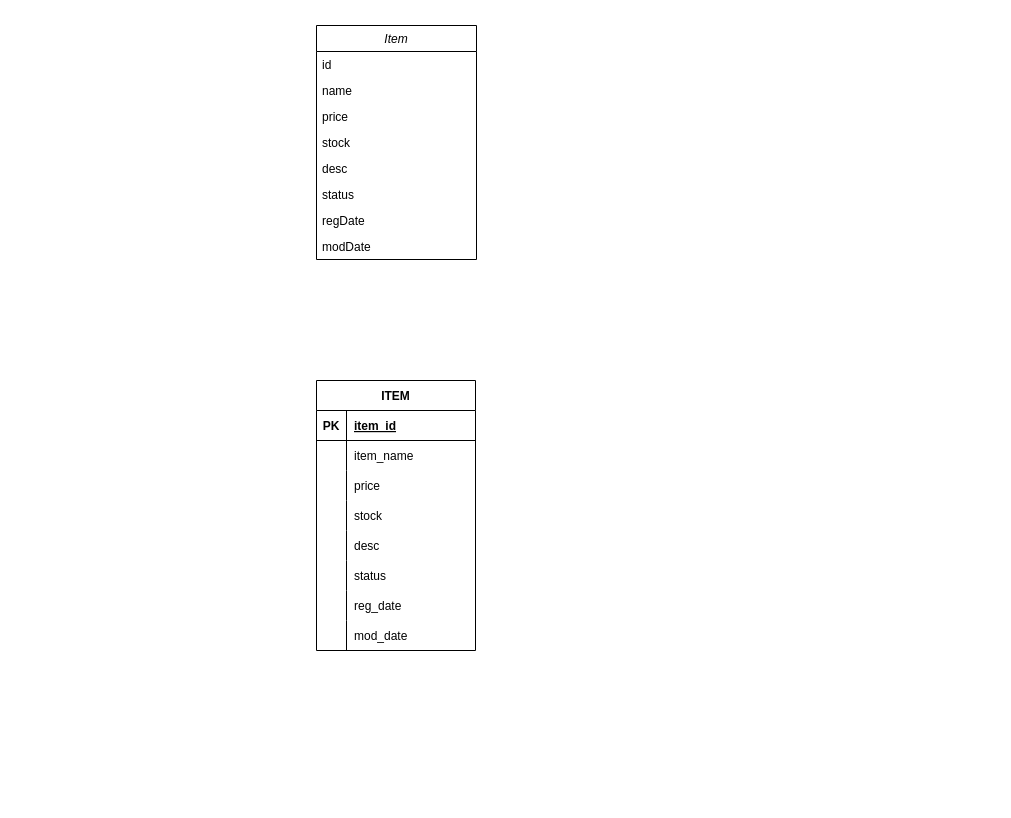
Earlier version of the draw.io diagram JPA_다이어그램.drawio (angelos81/jpa). Source tidied: cells renumbered, new cells numbered last; positions are measured from the earlier drawing's top-left corner, leaving out a move shared by most shapes. Both pictures are drawn from the tidied source at 100%, with x=0, y=0 at pixel (316, 25).
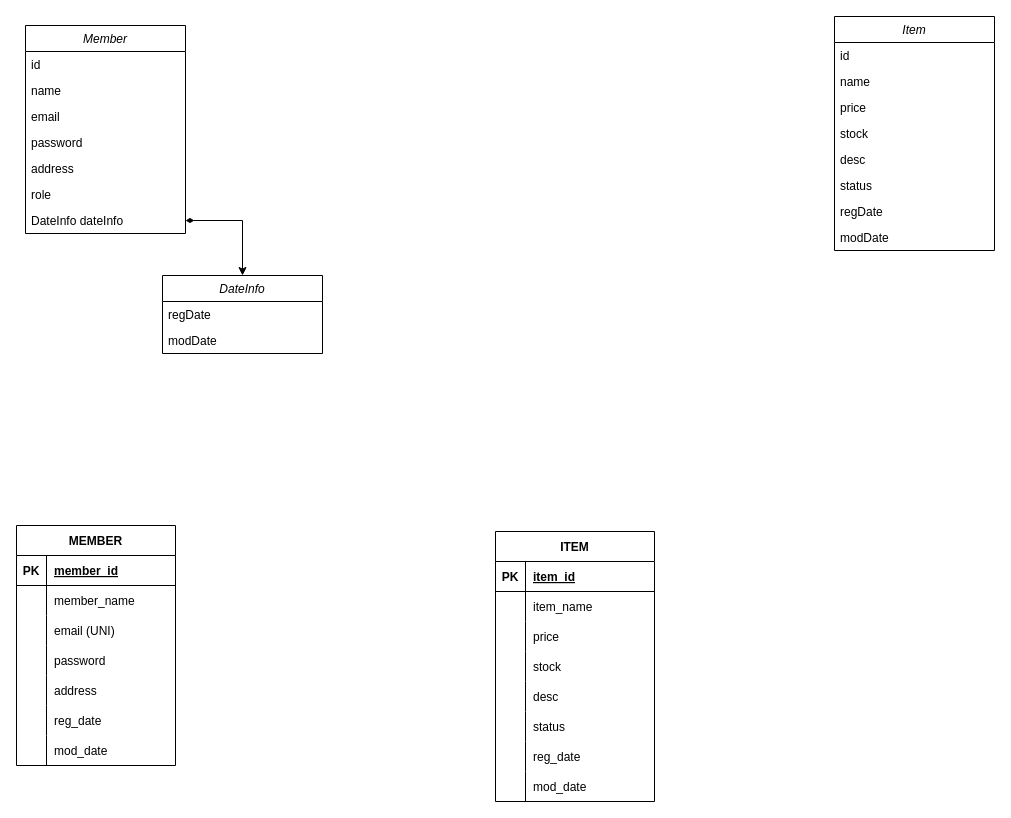
Above is the later version.

Change to the diagram source:
```diff
@@
     <mxCell id="2" value="Item" style="swimlane;fontStyle=2;align=center;verticalAlign=top;horizontal=1;startSize=26;rounded=0;shadow=0;strokeWidth=1;" parent="1" vertex="1">
-      <mxGeometry width="160" height="234" as="geometry" />
+      <mxGeometry x="518" y="-9" width="160" height="234" as="geometry" />
     </mxCell>
@@
     <mxCell id="11" value="ITEM" style="shape=table;startSize=30;childLayout=tableLayout;rowLines=0;fontStyle=1;align=center;" parent="1" vertex="1">
-      <mxGeometry y="355" width="159" height="270" as="geometry" />
+      <mxGeometry x="179" y="506" width="159" height="270" as="geometry" />
     </mxCell>
@@
+    <mxCell id="36" value="MEMBER" style="shape=table;startSize=30;childLayout=tableLayout;rowLines=0;fontStyle=1;align=center;" parent="1" vertex="1">
+      <mxGeometry x="-300" y="500" width="159" height="240" as="geometry" />
+    </mxCell>
+    <mxCell id="37" style="shape=tableRow;horizontal=0;startSize=0;swimlaneHead=0;swimlaneBody=0;fillColor=none;top=0;left=0;right=0;bottom=1;" parent="36" vertex="1">
+      <mxGeometry y="30" width="159" height="30" as="geometry" />
+    </mxCell>
+    <mxCell id="38" value="PK" style="shape=partialRectangle;fillColor=none;top=0;left=0;bottom=0;right=0;fontStyle=1;overflow=hidden;" parent="37" vertex="1">
+      <mxGeometry width="30" height="30" as="geometry" />
+    </mxCell>
+    <mxCell id="39" value="member_id" style="shape=partialRectangle;fillColor=none;top=0;left=0;bottom=0;right=0;align=left;spacingLeft=6;fontStyle=5;overflow=hidden;" parent="37" vertex="1">
+      <mxGeometry x="30" width="129" height="30" as="geometry" />
+    </mxCell>
+    <mxCell id="40" style="shape=tableRow;horizontal=0;startSize=0;swimlaneHead=0;swimlaneBody=0;fillColor=none;top=0;left=0;right=0;bottom=0;" parent="36" vertex="1">
+      <mxGeometry y="60" width="159" height="30" as="geometry" />
+    </mxCell>
+    <mxCell id="41" style="shape=partialRectangle;fillColor=none;top=0;left=0;bottom=0;right=0;overflow=hidden;" parent="40" vertex="1">
+      <mxGeometry width="30" height="30" as="geometry" />
+    </mxCell>
+    <mxCell id="42" value="member_name" style="shape=partialRectangle;fillColor=none;top=0;left=0;bottom=0;right=0;align=left;spacingLeft=6;overflow=hidden;" parent="40" vertex="1">
+      <mxGeometry x="30" width="129" height="30" as="geometry" />
+    </mxCell>
+    <mxCell id="43" style="shape=tableRow;horizontal=0;startSize=0;swimlaneHead=0;swimlaneBody=0;fillColor=none;top=0;left=0;right=0;bottom=0;" parent="36" vertex="1">
+      <mxGeometry y="90" width="159" height="30" as="geometry" />
+    </mxCell>
+    <mxCell id="44" style="shape=partialRectangle;fillColor=none;top=0;left=0;bottom=0;right=0;overflow=hidden;" parent="43" vertex="1">
+      <mxGeometry width="30" height="30" as="geometry" />
+    </mxCell>
+    <mxCell id="45" value="email (UNI)" style="shape=partialRectangle;fillColor=none;top=0;left=0;bottom=0;right=0;align=left;spacingLeft=6;overflow=hidden;" parent="43" vertex="1">
+      <mxGeometry x="30" width="129" height="30" as="geometry" />
+    </mxCell>
+    <mxCell id="46" style="shape=tableRow;horizontal=0;startSize=0;swimlaneHead=0;swimlaneBody=0;fillColor=none;top=0;left=0;right=0;bottom=0;" parent="36" vertex="1">
+      <mxGeometry y="120" width="159" height="30" as="geometry" />
+    </mxCell>
+    <mxCell id="47" style="shape=partialRectangle;fillColor=none;top=0;left=0;bottom=0;right=0;overflow=hidden;" parent="46" vertex="1">
+      <mxGeometry width="30" height="30" as="geometry" />
+    </mxCell>
+    <mxCell id="48" value="password" style="shape=partialRectangle;fillColor=none;top=0;left=0;bottom=0;right=0;align=left;spacingLeft=6;overflow=hidden;" parent="46" vertex="1">
+      <mxGeometry x="30" width="129" height="30" as="geometry" />
+    </mxCell>
+    <mxCell id="49" style="shape=tableRow;horizontal=0;startSize=0;swimlaneHead=0;swimlaneBody=0;fillColor=none;top=0;left=0;right=0;bottom=0;" parent="36" vertex="1">
+      <mxGeometry y="150" width="159" height="30" as="geometry" />
+    </mxCell>
+    <mxCell id="50" style="shape=partialRectangle;fillColor=none;top=0;left=0;bottom=0;right=0;overflow=hidden;" parent="49" vertex="1">
+      <mxGeometry width="30" height="30" as="geometry" />
+    </mxCell>
+    <mxCell id="51" value="address" style="shape=partialRectangle;fillColor=none;top=0;left=0;bottom=0;right=0;align=left;spacingLeft=6;overflow=hidden;" parent="49" vertex="1">
+      <mxGeometry x="30" width="129" height="30" as="geometry" />
+    </mxCell>
+    <mxCell id="52" style="shape=tableRow;horizontal=0;startSize=0;swimlaneHead=0;swimlaneBody=0;fillColor=none;top=0;left=0;right=0;bottom=0;" parent="36" vertex="1">
+      <mxGeometry y="180" width="159" height="30" as="geometry" />
+    </mxCell>
+    <mxCell id="53" style="shape=partialRectangle;fillColor=none;top=0;left=0;bottom=0;right=0;overflow=hidden;" parent="52" vertex="1">
+      <mxGeometry width="30" height="30" as="geometry" />
+    </mxCell>
+    <mxCell id="54" value="reg_date" style="shape=partialRectangle;fillColor=none;top=0;left=0;bottom=0;right=0;align=left;spacingLeft=6;overflow=hidden;" parent="52" vertex="1">
+      <mxGeometry x="30" width="129" height="30" as="geometry" />
+    </mxCell>
+    <mxCell id="55" style="shape=tableRow;horizontal=0;startSize=0;swimlaneHead=0;swimlaneBody=0;fillColor=none;top=0;left=0;right=0;bottom=0;" parent="36" vertex="1">
+      <mxGeometry y="210" width="159" height="30" as="geometry" />
+    </mxCell>
+    <mxCell id="56" style="shape=partialRectangle;fillColor=none;top=0;left=0;bottom=0;right=0;overflow=hidden;" parent="55" vertex="1">
+      <mxGeometry width="30" height="30" as="geometry" />
+    </mxCell>
+    <mxCell id="57" value="mod_date" style="shape=partialRectangle;fillColor=none;top=0;left=0;bottom=0;right=0;align=left;spacingLeft=6;overflow=hidden;" parent="55" vertex="1">
+      <mxGeometry x="30" width="129" height="30" as="geometry" />
+    </mxCell>
+    <mxCell id="58" value="Member" style="swimlane;fontStyle=2;align=center;verticalAlign=top;horizontal=1;startSize=26;rounded=0;shadow=0;strokeWidth=1;" parent="1" vertex="1">
+      <mxGeometry x="-291" width="160" height="208" as="geometry" />
+    </mxCell>
+    <mxCell id="59" value="id" style="text;align=left;verticalAlign=top;spacingLeft=4;spacingRight=4;overflow=hidden;" parent="58" vertex="1">
+      <mxGeometry y="26" width="160" height="26" as="geometry" />
+    </mxCell>
+    <mxCell id="60" value="name" style="text;align=left;verticalAlign=top;spacingLeft=4;spacingRight=4;overflow=hidden;rounded=0;shadow=0;html=0;" parent="58" vertex="1">
+      <mxGeometry y="52" width="160" height="26" as="geometry" />
+    </mxCell>
+    <mxCell id="61" value="email" style="text;align=left;verticalAlign=top;spacingLeft=4;spacingRight=4;overflow=hidden;rounded=0;shadow=0;html=0;" parent="58" vertex="1">
+      <mxGeometry y="78" width="160" height="26" as="geometry" />
+    </mxCell>
+    <mxCell id="62" value="password" style="text;align=left;verticalAlign=top;spacingLeft=4;spacingRight=4;overflow=hidden;rounded=0;shadow=0;html=0;" parent="58" vertex="1">
+      <mxGeometry y="104" width="160" height="26" as="geometry" />
+    </mxCell>
+    <mxCell id="63" value="address" style="text;align=left;verticalAlign=top;spacingLeft=4;spacingRight=4;overflow=hidden;rounded=0;shadow=0;html=0;" parent="58" vertex="1">
+      <mxGeometry y="130" width="160" height="26" as="geometry" />
+    </mxCell>
+    <mxCell id="64" value="role" style="text;align=left;verticalAlign=top;spacingLeft=4;spacingRight=4;overflow=hidden;rounded=0;shadow=0;html=0;" parent="58" vertex="1">
+      <mxGeometry y="156" width="160" height="26" as="geometry" />
+    </mxCell>
+    <mxCell id="65" value="DateInfo dateInfo" style="text;align=left;verticalAlign=top;spacingLeft=4;spacingRight=4;overflow=hidden;points=[[0,0.5],[1,0.5]];portConstraint=eastwest;rounded=0;shadow=0;html=0;" parent="58" vertex="1">
+      <mxGeometry y="182" width="160" height="26" as="geometry" />
+    </mxCell>
+    <mxCell id="66" value="DateInfo" style="swimlane;fontStyle=2;align=center;verticalAlign=top;horizontal=1;startSize=26;rounded=0;shadow=0;strokeWidth=1;" parent="1" vertex="1">
+      <mxGeometry x="-154" y="250" width="160" height="78" as="geometry" />
+    </mxCell>
+    <mxCell id="67" value="regDate" style="text;align=left;verticalAlign=top;spacingLeft=4;spacingRight=4;overflow=hidden;rounded=0;shadow=0;html=0;" parent="66" vertex="1">
+      <mxGeometry y="26" width="160" height="26" as="geometry" />
+    </mxCell>
+    <mxCell id="68" value="modDate" style="text;align=left;verticalAlign=top;spacingLeft=4;spacingRight=4;overflow=hidden;rounded=0;shadow=0;html=0;" parent="66" vertex="1">
+      <mxGeometry y="52" width="160" height="26" as="geometry" />
+    </mxCell>
+    <mxCell id="69" style="edgeStyle=orthogonalEdgeStyle;rounded=0;jettySize=auto;html=1;elbow=vertical;entryX=0.5;entryY=0;entryDx=0;entryDy=0;startArrow=diamondThin;startFill=1;exitX=1;exitY=0.5;exitDx=0;exitDy=0;" parent="1" edge="1" source="65" target="66">
+      <mxGeometry relative="1" as="geometry" />
+    </mxCell>
```
